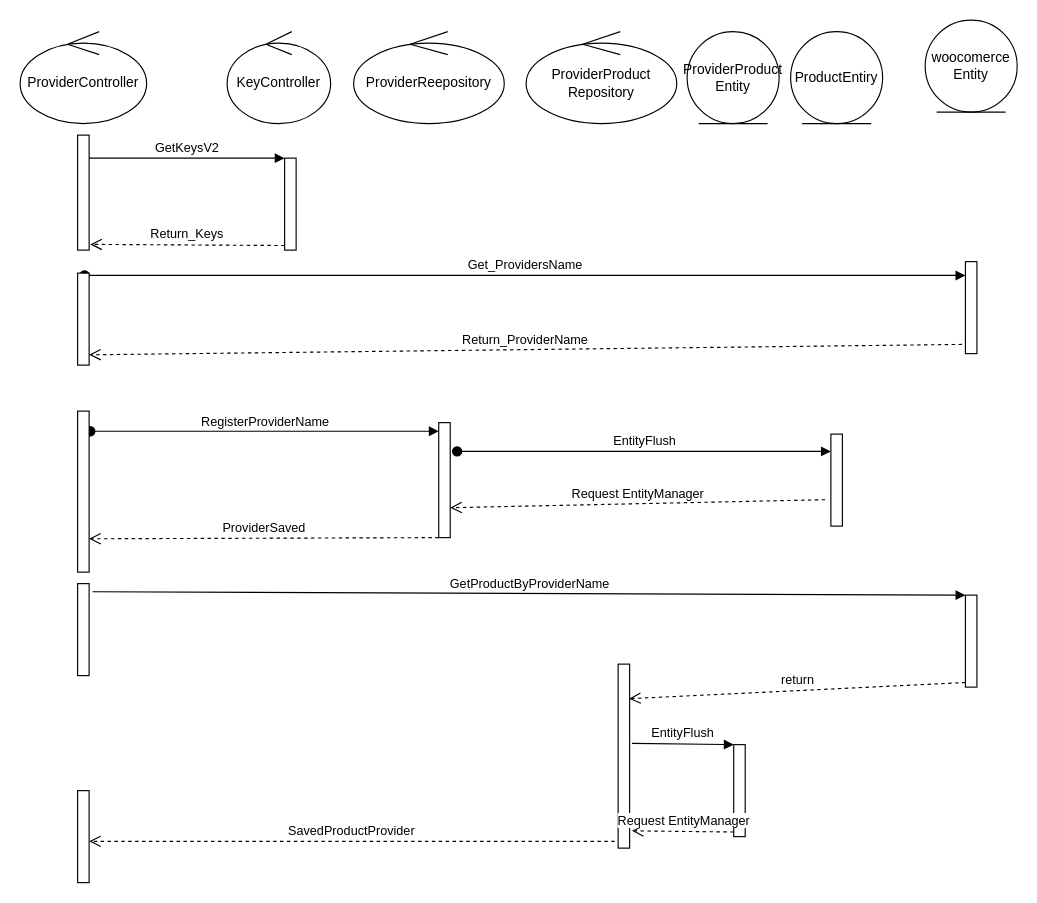
Above: diagramas/ObtenerProveedores.drawio in devcubamodela/gestion.cubamodela (draw.io), before the change. Source tidied: cells renumbered, new cells numbered last; positions are measured from the earlier drawing's top-left corner, leaving out a move shared by most shapes. Both pictures are drawn from the tidied source at 115%, with x=0, y=0 at pixel (20, 20).
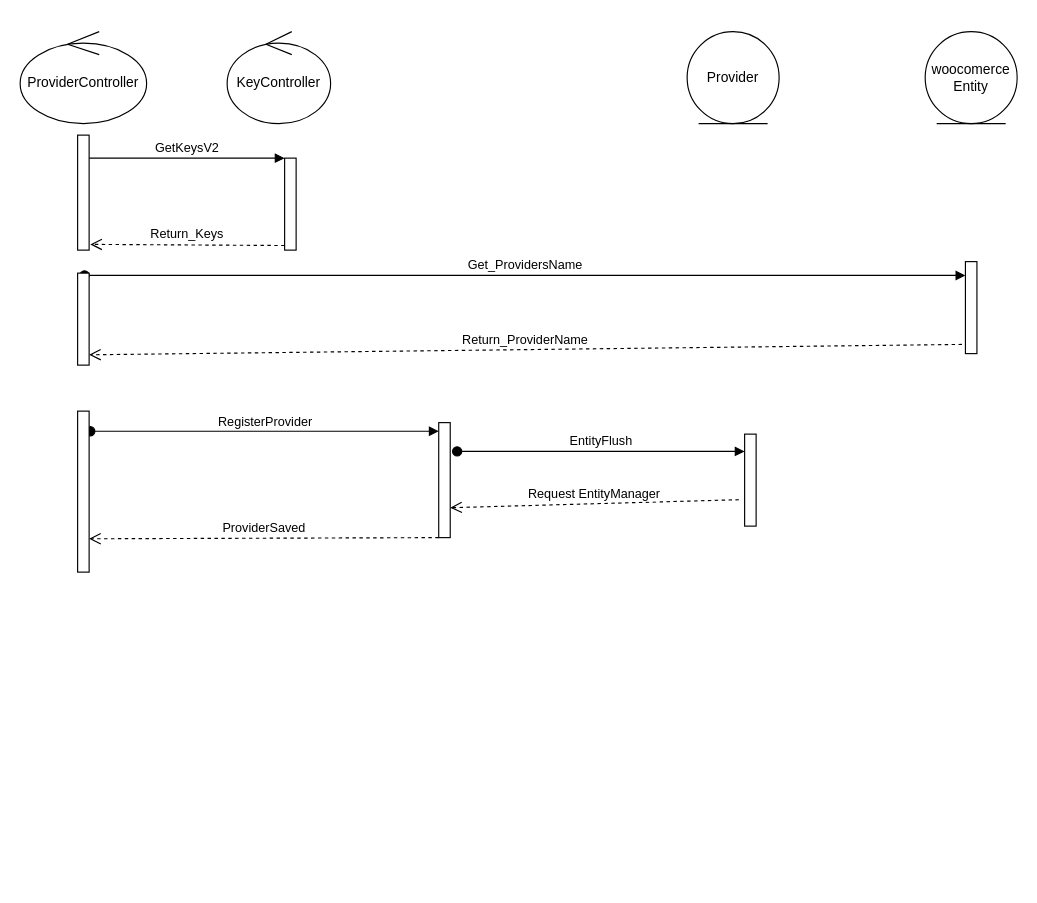
The same page after the edit.

The change refers to these unchanged cells:
```xml
<mxCell id="15" style="html=1;points=[];perimeter=orthogonalPerimeter;" parent="1" vertex="1">
  <mxGeometry x="364" y="350" width="10" height="100" as="geometry" />
</mxCell>
<mxCell id="17" style="html=1;points=[];perimeter=orthogonalPerimeter;" parent="1" vertex="1">
  <mxGeometry x="50" y="340" width="10" height="140" as="geometry" />
</mxCell>
```

Change to the diagram source:
```diff
@@
     <mxCell id="3" value="woocomerce Entity" style="ellipse;shape=umlEntity;whiteSpace=wrap;html=1;" parent="1" vertex="1">
-      <mxGeometry x="787" width="80" height="80" as="geometry" />
+      <mxGeometry x="787" y="10" width="80" height="80" as="geometry" />
     </mxCell>
@@
-    <mxCell id="13" value="ProviderReepository" style="ellipse;shape=umlControl;whiteSpace=wrap;html=1;" parent="1" vertex="1">
-      <mxGeometry x="290" y="10" width="131" height="80" as="geometry" />
-    </mxCell>
-    <mxCell id="14" value="ProductEntiry" style="ellipse;shape=umlEntity;whiteSpace=wrap;html=1;" parent="1" vertex="1">
-      <mxGeometry x="670" y="10" width="80" height="80" as="geometry" />
-    </mxCell>
@@
-    <mxCell id="16" value="RegisterProviderName" style="html=1;verticalAlign=bottom;startArrow=oval;endArrow=block;startSize=8;exitX=1.1;exitY=0.125;exitDx=0;exitDy=0;exitPerimeter=0;" parent="1" edge="1" source="17" target="15">
+    <mxCell id="16" value="RegisterProvider" style="html=1;verticalAlign=bottom;startArrow=oval;endArrow=block;startSize=8;exitX=1.1;exitY=0.125;exitDx=0;exitDy=0;exitPerimeter=0;" parent="1" edge="1" source="17" target="15">
       <mxGeometry relative="1" as="geometry" />
     </mxCell>
@@
     <mxCell id="18" style="html=1;points=[];perimeter=orthogonalPerimeter;" parent="1" vertex="1">
-      <mxGeometry x="705" y="360" width="10" height="80" as="geometry" />
+      <mxGeometry x="630" y="360" width="10" height="80" as="geometry" />
     </mxCell>
@@
-    <mxCell id="22" style="html=1;points=[];perimeter=orthogonalPerimeter;" parent="1" vertex="1">
-      <mxGeometry x="50" y="490" width="10" height="80" as="geometry" />
-    </mxCell>
-    <mxCell id="23" style="html=1;points=[];perimeter=orthogonalPerimeter;" parent="1" vertex="1">
-      <mxGeometry x="822" y="500" width="10" height="80" as="geometry" />
-    </mxCell>
-    <mxCell id="24" value="GetProductByProviderName" style="html=1;verticalAlign=bottom;endArrow=block;entryX=0;entryY=0;exitX=1.3;exitY=0.088;exitDx=0;exitDy=0;exitPerimeter=0;" parent="1" edge="1" source="22" target="23">
-      <mxGeometry relative="1" as="geometry" />
-    </mxCell>
-    <mxCell id="25" value="return" style="html=1;verticalAlign=bottom;endArrow=open;dashed=1;endSize=8;exitX=0;exitY=0.95;entryX=0.95;entryY=0.188;entryDx=0;entryDy=0;entryPerimeter=0;" parent="1" edge="1" source="23" target="26">
-      <mxGeometry relative="1" as="geometry" />
-    </mxCell>
-    <mxCell id="26" style="html=1;points=[];perimeter=orthogonalPerimeter;" parent="1" vertex="1">
-      <mxGeometry x="520" y="560" width="10" height="160" as="geometry" />
-    </mxCell>
-    <mxCell id="27" value="ProviderProduct&lt;br&gt;Repository" style="ellipse;shape=umlControl;whiteSpace=wrap;html=1;" parent="1" vertex="1">
-      <mxGeometry x="440" y="10" width="131" height="80" as="geometry" />
-    </mxCell>
-    <mxCell id="28" value="ProviderProduct&lt;br&gt;Entity" style="ellipse;shape=umlEntity;whiteSpace=wrap;html=1;" parent="1" vertex="1">
+    <mxCell id="28" value="Provider" style="ellipse;shape=umlEntity;whiteSpace=wrap;html=1;" parent="1" vertex="1">
       <mxGeometry x="580" y="10" width="80" height="80" as="geometry" />
     </mxCell>
-    <mxCell id="29" style="html=1;points=[];perimeter=orthogonalPerimeter;" parent="1" vertex="1">
-      <mxGeometry x="620.5" y="630" width="10" height="80" as="geometry" />
-    </mxCell>
-    <mxCell id="30" value="EntityFlush" style="html=1;verticalAlign=bottom;endArrow=block;entryX=0;entryY=0;exitX=1.2;exitY=0.431;exitDx=0;exitDy=0;exitPerimeter=0;" parent="1" edge="1" source="26" target="29">
-      <mxGeometry relative="1" as="geometry" />
-    </mxCell>
-    <mxCell id="31" value="Request EntityManager" style="html=1;verticalAlign=bottom;endArrow=open;dashed=1;endSize=8;exitX=0;exitY=0.95;entryX=1.2;entryY=0.906;entryDx=0;entryDy=0;entryPerimeter=0;" parent="1" edge="1" source="29" target="26">
-      <mxGeometry relative="1" as="geometry" />
-    </mxCell>
-    <mxCell id="32" value="SavedProductProvider" style="html=1;verticalAlign=bottom;endArrow=open;dashed=1;endSize=8;exitX=-0.3;exitY=0.963;exitDx=0;exitDy=0;exitPerimeter=0;" parent="1" edge="1" source="26" target="33">
-      <mxGeometry relative="1" as="geometry" />
-    </mxCell>
-    <mxCell id="33" style="html=1;points=[];perimeter=orthogonalPerimeter;" parent="1" vertex="1">
-      <mxGeometry x="50" y="670" width="10" height="80" as="geometry" />
-    </mxCell>
```
